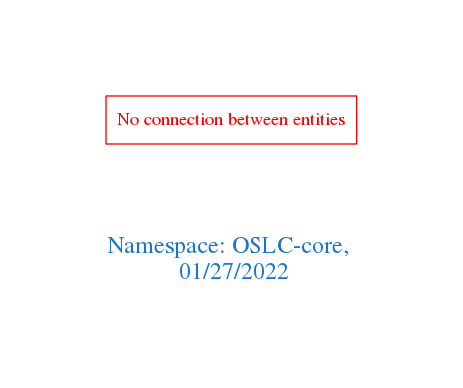
The Graphviz diagram downloads/OSLC-core.png in arago/OGIT, before a commit. Its source is kept beside it as downloads/OSLC-core.dot.
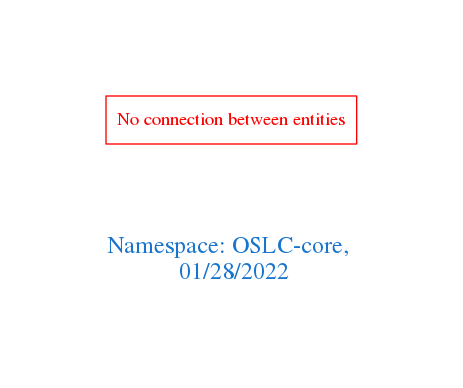
Above is the later version.

Diff of the diagram source:
```diff
@@ -1,7 +1,7 @@
 digraph OGIT_ontology {
  graph [ rankdir= LR,pad=1
 fontsize = 18,
-fontcolor= dodgerblue3,label = "\n\n\nNamespace: OSLC-core, \n 01/27/2022"];
+fontcolor= dodgerblue3,label = "\n\n\nNamespace: OSLC-core, \n 01/28/2022"];
 node[shape=polygon];
 edge [  color="gray81"];
 
```
